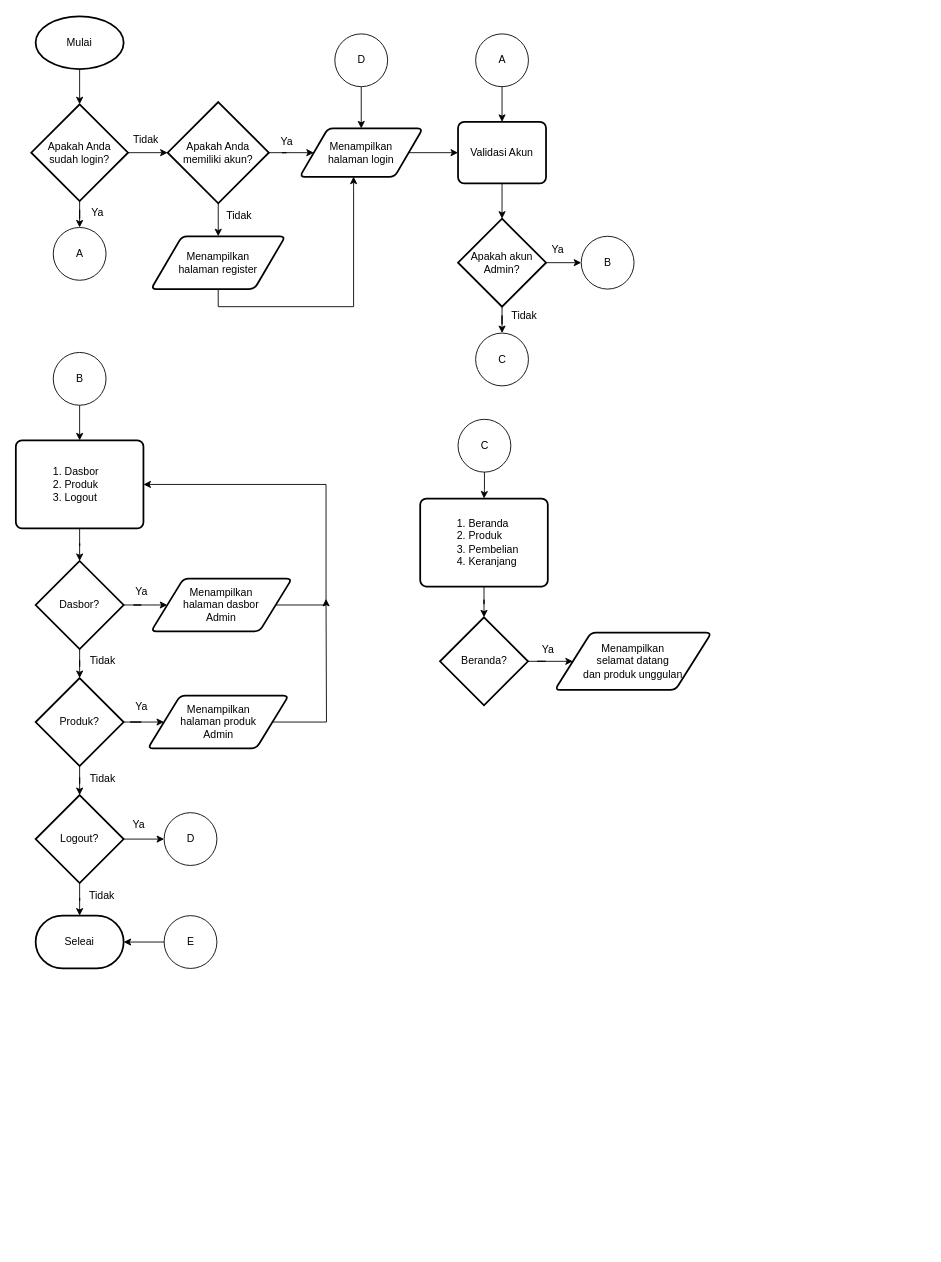
The draw.io diagram Q-Shoes.drawio in dapzz-id/DrawIO, before the edit. Source tidied: cells renumbered, new cells numbered last; positions are measured from the earlier drawing's top-left corner, leaving out a move shared by most shapes. Both pictures are drawn from the tidied source at 88%, with x=0, y=0 at pixel (16, 16).
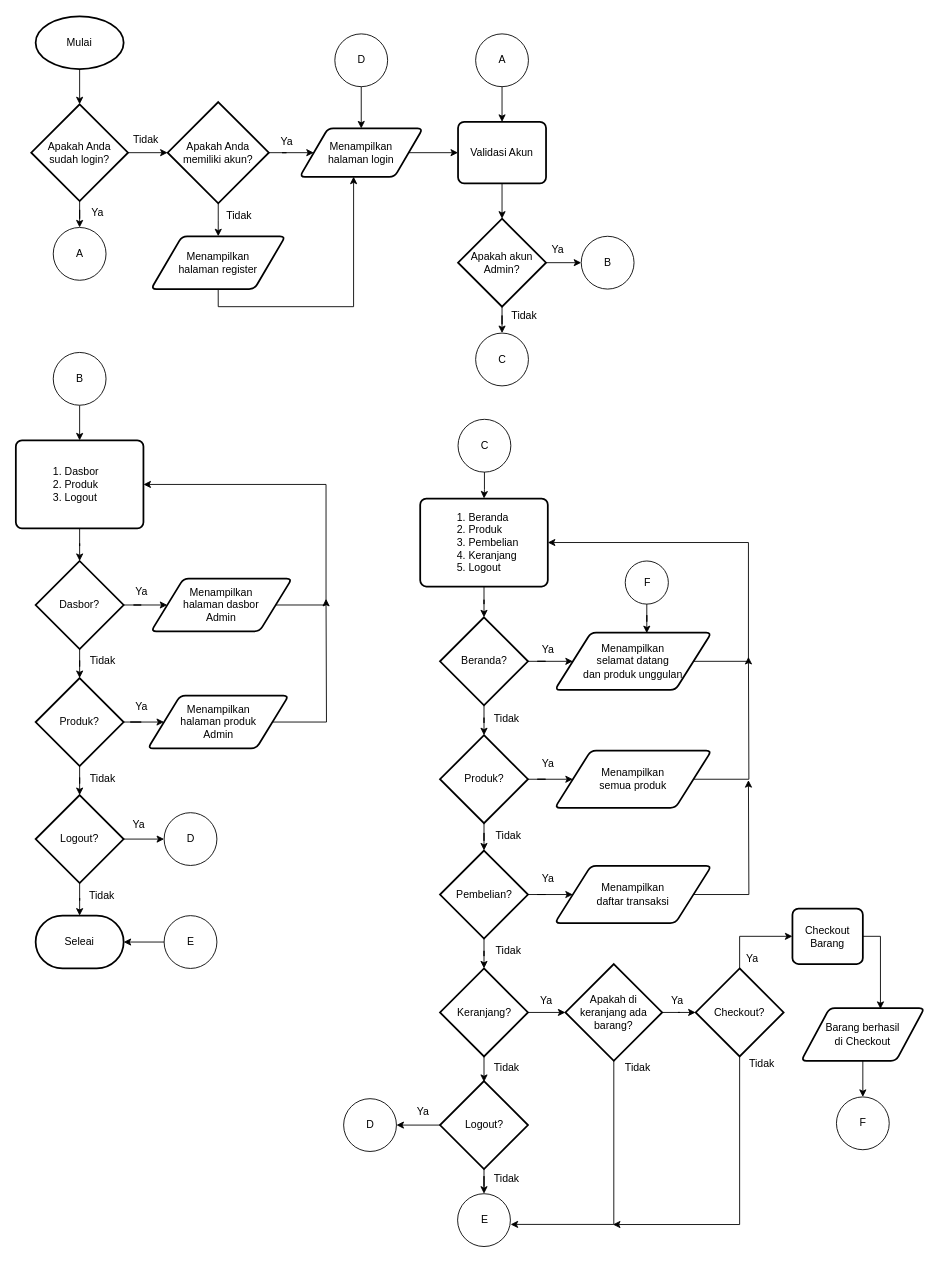
Above is the later version.

Unchanged cells that the change refers to:
```xml
<mxCell id="64" value="Beranda?" style="strokeWidth=2;html=1;shape=mxgraph.flowchart.decision;whiteSpace=wrap;" parent="1" vertex="1">
  <mxGeometry x="481.5" y="683" width="100" height="100" as="geometry" />
</mxCell>
<mxCell id="65" value="Menampilkan&lt;div&gt;selamat&amp;nbsp;&lt;span style=&quot;background-color: initial;&quot;&gt;datang&lt;/span&gt;&lt;div&gt;&lt;div&gt;dan produk unggulan&lt;/div&gt;&lt;/div&gt;&lt;/div&gt;" style="shape=parallelogram;html=1;strokeWidth=2;perimeter=parallelogramPerimeter;whiteSpace=wrap;rounded=1;arcSize=12;size=0.23;" parent="1" vertex="1">
  <mxGeometry x="612" y="700.5" width="178" height="65" as="geometry" />
</mxCell>
```

Diff of the diagram source:
```diff
@@
-    <mxCell id="62" value="&lt;blockquote style=&quot;margin: 0 0 0 40px; border: none; padding: 0px;&quot;&gt;1. Beranda&lt;/blockquote&gt;&lt;blockquote style=&quot;margin: 0 0 0 40px; border: none; padding: 0px;&quot;&gt;2. Produk&lt;/blockquote&gt;&lt;blockquote style=&quot;margin: 0 0 0 40px; border: none; padding: 0px;&quot;&gt;3. Pembelian&lt;/blockquote&gt;&lt;blockquote style=&quot;margin: 0 0 0 40px; border: none; padding: 0px;&quot;&gt;4. Keranjang&lt;/blockquote&gt;" style="rounded=1;whiteSpace=wrap;html=1;absoluteArcSize=1;arcSize=14;strokeWidth=2;align=left;" parent="1" vertex="1">
+    <mxCell id="62" value="&lt;blockquote style=&quot;margin: 0 0 0 40px; border: none; padding: 0px;&quot;&gt;1. Beranda&lt;/blockquote&gt;&lt;blockquote style=&quot;margin: 0 0 0 40px; border: none; padding: 0px;&quot;&gt;2. Produk&lt;/blockquote&gt;&lt;blockquote style=&quot;margin: 0 0 0 40px; border: none; padding: 0px;&quot;&gt;3. Pembelian&lt;/blockquote&gt;&lt;blockquote style=&quot;margin: 0 0 0 40px; border: none; padding: 0px;&quot;&gt;4. Keranjang&lt;/blockquote&gt;&lt;blockquote style=&quot;margin: 0 0 0 40px; border: none; padding: 0px;&quot;&gt;5. Logout&lt;/blockquote&gt;" style="rounded=1;whiteSpace=wrap;html=1;absoluteArcSize=1;arcSize=14;strokeWidth=2;align=left;" parent="1" vertex="1">
       <mxGeometry x="459" y="548" width="145" height="100" as="geometry" />
     </mxCell>
@@
+    <mxCell id="67" style="edgeStyle=orthogonalEdgeStyle;rounded=0;jettySize=auto;html=1;" parent="1" edge="1" source="64" target="71">
+      <mxGeometry relative="1" as="geometry" />
+    </mxCell>
@@
+    <mxCell id="68" style="edgeStyle=orthogonalEdgeStyle;rounded=0;jettySize=auto;html=1;exitX=1;exitY=0.5;exitDx=0;exitDy=0;entryX=1;entryY=0.5;entryDx=0;entryDy=0;" parent="1" edge="1" source="65" target="62">
+      <mxGeometry relative="1" as="geometry">
+        <Array as="points">
+          <mxPoint x="832" y="733" />
+          <mxPoint x="832" y="598" />
+        </Array>
+      </mxGeometry>
+    </mxCell>
@@
+    <mxCell id="69" style="edgeStyle=orthogonalEdgeStyle;rounded=0;jettySize=auto;html=1;" parent="1" edge="1" source="71" target="74">
+      <mxGeometry relative="1" as="geometry" />
+    </mxCell>
+    <mxCell id="70" style="edgeStyle=orthogonalEdgeStyle;rounded=0;jettySize=auto;html=1;" parent="1" edge="1" source="71" target="78">
+      <mxGeometry relative="1" as="geometry" />
+    </mxCell>
+    <mxCell id="71" value="Produk?" style="strokeWidth=2;html=1;shape=mxgraph.flowchart.decision;whiteSpace=wrap;" parent="1" vertex="1">
+      <mxGeometry x="481.5" y="817" width="100" height="100" as="geometry" />
+    </mxCell>
+    <mxCell id="72" value="Tidak" style="text;html=1;align=center;verticalAlign=middle;strokeColor=none;fillColor=none;" parent="1" vertex="1">
+      <mxGeometry x="532" y="783" width="50" height="30" as="geometry" />
+    </mxCell>
+    <mxCell id="73" style="edgeStyle=orthogonalEdgeStyle;rounded=0;jettySize=auto;html=1;exitX=1;exitY=0.5;exitDx=0;exitDy=0;" parent="1" edge="1" source="74">
+      <mxGeometry relative="1" as="geometry">
+        <mxPoint x="832" y="728" as="targetPoint" />
+      </mxGeometry>
+    </mxCell>
+    <mxCell id="74" value="Menampilkan&lt;div&gt;semua produk&lt;/div&gt;" style="shape=parallelogram;html=1;strokeWidth=2;perimeter=parallelogramPerimeter;whiteSpace=wrap;rounded=1;arcSize=12;size=0.23;" parent="1" vertex="1">
+      <mxGeometry x="612" y="834.5" width="178" height="65" as="geometry" />
+    </mxCell>
+    <mxCell id="75" value="Ya" style="text;html=1;align=center;verticalAlign=middle;strokeColor=none;fillColor=none;" parent="1" vertex="1">
+      <mxGeometry x="584" y="834.5" width="40" height="30" as="geometry" />
+    </mxCell>
+    <mxCell id="76" style="edgeStyle=orthogonalEdgeStyle;rounded=0;jettySize=auto;html=1;" parent="1" edge="1" source="78" target="81">
+      <mxGeometry relative="1" as="geometry" />
+    </mxCell>
+    <mxCell id="77" style="edgeStyle=orthogonalEdgeStyle;rounded=0;jettySize=auto;html=1;" parent="1" edge="1" source="78" target="85">
+      <mxGeometry relative="1" as="geometry" />
+    </mxCell>
+    <mxCell id="78" value="Pembelian?" style="strokeWidth=2;html=1;shape=mxgraph.flowchart.decision;whiteSpace=wrap;" parent="1" vertex="1">
+      <mxGeometry x="481.5" y="948" width="100" height="100" as="geometry" />
+    </mxCell>
+    <mxCell id="79" value="Tidak" style="text;html=1;align=center;verticalAlign=middle;strokeColor=none;fillColor=none;" parent="1" vertex="1">
+      <mxGeometry x="534" y="916" width="50" height="30" as="geometry" />
+    </mxCell>
+    <mxCell id="80" style="edgeStyle=orthogonalEdgeStyle;rounded=0;jettySize=auto;html=1;exitX=1;exitY=0.5;exitDx=0;exitDy=0;" parent="1" edge="1" source="81">
+      <mxGeometry relative="1" as="geometry">
+        <mxPoint x="832" y="868" as="targetPoint" />
+      </mxGeometry>
+    </mxCell>
+    <mxCell id="81" value="Menampilkan&lt;div&gt;daftar transaksi&lt;/div&gt;" style="shape=parallelogram;html=1;strokeWidth=2;perimeter=parallelogramPerimeter;whiteSpace=wrap;rounded=1;arcSize=12;size=0.23;" parent="1" vertex="1">
+      <mxGeometry x="612" y="965.5" width="178" height="65" as="geometry" />
+    </mxCell>
+    <mxCell id="82" value="Ya" style="text;html=1;align=center;verticalAlign=middle;strokeColor=none;fillColor=none;" parent="1" vertex="1">
+      <mxGeometry x="584" y="965" width="40" height="30" as="geometry" />
+    </mxCell>
+    <mxCell id="83" style="edgeStyle=orthogonalEdgeStyle;rounded=0;jettySize=auto;html=1;" parent="1" edge="1" source="85" target="88">
+      <mxGeometry relative="1" as="geometry" />
+    </mxCell>
+    <mxCell id="84" style="edgeStyle=orthogonalEdgeStyle;rounded=0;jettySize=auto;html=1;" parent="1" edge="1" source="85">
+      <mxGeometry relative="1" as="geometry">
+        <mxPoint x="531.5" y="1211" as="targetPoint" />
+      </mxGeometry>
+    </mxCell>
+    <mxCell id="85" value="Keranjang?" style="strokeWidth=2;html=1;shape=mxgraph.flowchart.decision;whiteSpace=wrap;" parent="1" vertex="1">
+      <mxGeometry x="481.5" y="1082" width="100" height="100" as="geometry" />
+    </mxCell>
+    <mxCell id="86" value="Tidak" style="text;html=1;align=center;verticalAlign=middle;strokeColor=none;fillColor=none;" parent="1" vertex="1">
+      <mxGeometry x="534" y="1047" width="50" height="30" as="geometry" />
+    </mxCell>
+    <mxCell id="87" style="edgeStyle=orthogonalEdgeStyle;rounded=0;jettySize=auto;html=1;" parent="1" edge="1" source="88" target="92">
+      <mxGeometry relative="1" as="geometry" />
+    </mxCell>
+    <mxCell id="88" value="Apakah di&lt;div&gt;keranjang ada&lt;/div&gt;&lt;div&gt;barang?&lt;/div&gt;" style="strokeWidth=2;html=1;shape=mxgraph.flowchart.decision;whiteSpace=wrap;" parent="1" vertex="1">
+      <mxGeometry x="624" y="1077" width="110" height="110" as="geometry" />
+    </mxCell>
+    <mxCell id="89" value="Ya" style="text;html=1;align=center;verticalAlign=middle;strokeColor=none;fillColor=none;" parent="1" vertex="1">
+      <mxGeometry x="582" y="1104" width="40" height="30" as="geometry" />
+    </mxCell>
+    <mxCell id="90" style="edgeStyle=elbowEdgeStyle;rounded=0;jettySize=auto;html=1;exitX=0.5;exitY=1;exitDx=0;exitDy=0;exitPerimeter=0;elbow=vertical;" parent="1" edge="1" source="92">
+      <mxGeometry relative="1" as="geometry">
+        <mxPoint x="678" y="1373" as="targetPoint" />
+        <Array as="points">
+          <mxPoint x="768" y="1373" />
+        </Array>
+      </mxGeometry>
+    </mxCell>
+    <mxCell id="91" style="edgeStyle=orthogonalEdgeStyle;rounded=0;jettySize=auto;html=1;exitX=0.5;exitY=0;exitDx=0;exitDy=0;exitPerimeter=0;entryX=0;entryY=0.5;entryDx=0;entryDy=0;" parent="1" edge="1" source="92" target="105">
+      <mxGeometry relative="1" as="geometry" />
+    </mxCell>
+    <mxCell id="92" value="Checkout?" style="strokeWidth=2;html=1;shape=mxgraph.flowchart.decision;whiteSpace=wrap;" parent="1" vertex="1">
+      <mxGeometry x="772" y="1082" width="100" height="100" as="geometry" />
+    </mxCell>
+    <mxCell id="93" value="Ya" style="text;html=1;align=center;verticalAlign=middle;strokeColor=none;fillColor=none;" parent="1" vertex="1">
+      <mxGeometry x="731" y="1104" width="40" height="30" as="geometry" />
+    </mxCell>
+    <mxCell id="94" value="Tidak" style="text;html=1;align=center;verticalAlign=middle;strokeColor=none;fillColor=none;" parent="1" vertex="1">
+      <mxGeometry x="532" y="1180" width="50" height="30" as="geometry" />
+    </mxCell>
+    <mxCell id="95" style="edgeStyle=orthogonalEdgeStyle;rounded=0;jettySize=auto;html=1;" parent="1" edge="1" source="97" target="99">
+      <mxGeometry relative="1" as="geometry" />
+    </mxCell>
+    <mxCell id="96" style="edgeStyle=orthogonalEdgeStyle;rounded=0;jettySize=auto;html=1;" parent="1" edge="1" source="97" target="98">
+      <mxGeometry relative="1" as="geometry" />
+    </mxCell>
+    <mxCell id="97" value="Logout?" style="strokeWidth=2;html=1;shape=mxgraph.flowchart.decision;whiteSpace=wrap;" parent="1" vertex="1">
+      <mxGeometry x="481.5" y="1210" width="100" height="100" as="geometry" />
+    </mxCell>
+    <mxCell id="98" value="D" style="verticalLabelPosition=middle;verticalAlign=middle;html=1;shape=mxgraph.flowchart.on-page_reference;labelPosition=center;align=center;" parent="1" vertex="1">
+      <mxGeometry x="372" y="1230" width="60" height="60" as="geometry" />
+    </mxCell>
+    <mxCell id="99" value="E" style="verticalLabelPosition=middle;verticalAlign=middle;html=1;shape=mxgraph.flowchart.on-page_reference;labelPosition=center;align=center;" parent="1" vertex="1">
+      <mxGeometry x="501.5" y="1338" width="60" height="60" as="geometry" />
+    </mxCell>
+    <mxCell id="100" value="Tidak" style="text;html=1;align=center;verticalAlign=middle;strokeColor=none;fillColor=none;" parent="1" vertex="1">
+      <mxGeometry x="532" y="1306" width="50" height="30" as="geometry" />
+    </mxCell>
+    <mxCell id="101" value="Ya" style="text;html=1;align=center;verticalAlign=middle;strokeColor=none;fillColor=none;" parent="1" vertex="1">
+      <mxGeometry x="441.5" y="1230" width="40" height="30" as="geometry" />
+    </mxCell>
+    <mxCell id="102" style="edgeStyle=orthogonalEdgeStyle;rounded=0;jettySize=auto;html=1;exitX=0.5;exitY=1;exitDx=0;exitDy=0;exitPerimeter=0;entryX=1.004;entryY=0.581;entryDx=0;entryDy=0;entryPerimeter=0;" parent="1" edge="1" source="88" target="99">
+      <mxGeometry relative="1" as="geometry" />
+    </mxCell>
+    <mxCell id="103" value="Tidak" style="text;html=1;align=center;verticalAlign=middle;strokeColor=none;fillColor=none;" parent="1" vertex="1">
+      <mxGeometry x="681" y="1180" width="50" height="30" as="geometry" />
+    </mxCell>
+    <mxCell id="104" value="Tidak" style="text;html=1;align=center;verticalAlign=middle;strokeColor=none;fillColor=none;" parent="1" vertex="1">
+      <mxGeometry x="822" y="1176" width="50" height="30" as="geometry" />
+    </mxCell>
+    <mxCell id="105" value="Checkout&lt;div&gt;Barang&lt;/div&gt;" style="rounded=1;whiteSpace=wrap;html=1;absoluteArcSize=1;arcSize=14;strokeWidth=2;" parent="1" vertex="1">
+      <mxGeometry x="882" y="1014" width="80" height="63" as="geometry" />
+    </mxCell>
+    <mxCell id="106" value="Ya" style="text;html=1;align=center;verticalAlign=middle;strokeColor=none;fillColor=none;" parent="1" vertex="1">
+      <mxGeometry x="816" y="1056" width="40" height="30" as="geometry" />
+    </mxCell>
+    <mxCell id="107" style="edgeStyle=orthogonalEdgeStyle;rounded=0;jettySize=auto;html=1;" parent="1" edge="1" source="108" target="110">
+      <mxGeometry relative="1" as="geometry" />
+    </mxCell>
+    <mxCell id="108" value="Barang berhasil&lt;div&gt;di Checkout&lt;/div&gt;" style="shape=parallelogram;html=1;strokeWidth=2;perimeter=parallelogramPerimeter;whiteSpace=wrap;rounded=1;arcSize=12;size=0.23;" parent="1" vertex="1">
+      <mxGeometry x="892" y="1127" width="140" height="60" as="geometry" />
+    </mxCell>
+    <mxCell id="109" style="edgeStyle=orthogonalEdgeStyle;rounded=0;jettySize=auto;html=1;exitX=1;exitY=0.5;exitDx=0;exitDy=0;entryX=0.643;entryY=0.017;entryDx=0;entryDy=0;entryPerimeter=0;" parent="1" edge="1" source="105" target="108">
+      <mxGeometry relative="1" as="geometry" />
+    </mxCell>
+    <mxCell id="110" value="F" style="verticalLabelPosition=middle;verticalAlign=middle;html=1;shape=mxgraph.flowchart.on-page_reference;labelPosition=center;align=center;" parent="1" vertex="1">
+      <mxGeometry x="932" y="1228" width="60" height="60" as="geometry" />
+    </mxCell>
+    <mxCell id="111" style="edgeStyle=orthogonalEdgeStyle;rounded=0;jettySize=auto;html=1;entryX=0.587;entryY=0.008;entryDx=0;entryDy=0;entryPerimeter=0;" parent="1" edge="1" source="112" target="65">
+      <mxGeometry relative="1" as="geometry" />
+    </mxCell>
+    <mxCell id="112" value="F" style="verticalLabelPosition=middle;verticalAlign=middle;html=1;shape=mxgraph.flowchart.on-page_reference;labelPosition=center;align=center;" parent="1" vertex="1">
+      <mxGeometry x="692" y="619" width="49" height="49" as="geometry" />
+    </mxCell>
```
